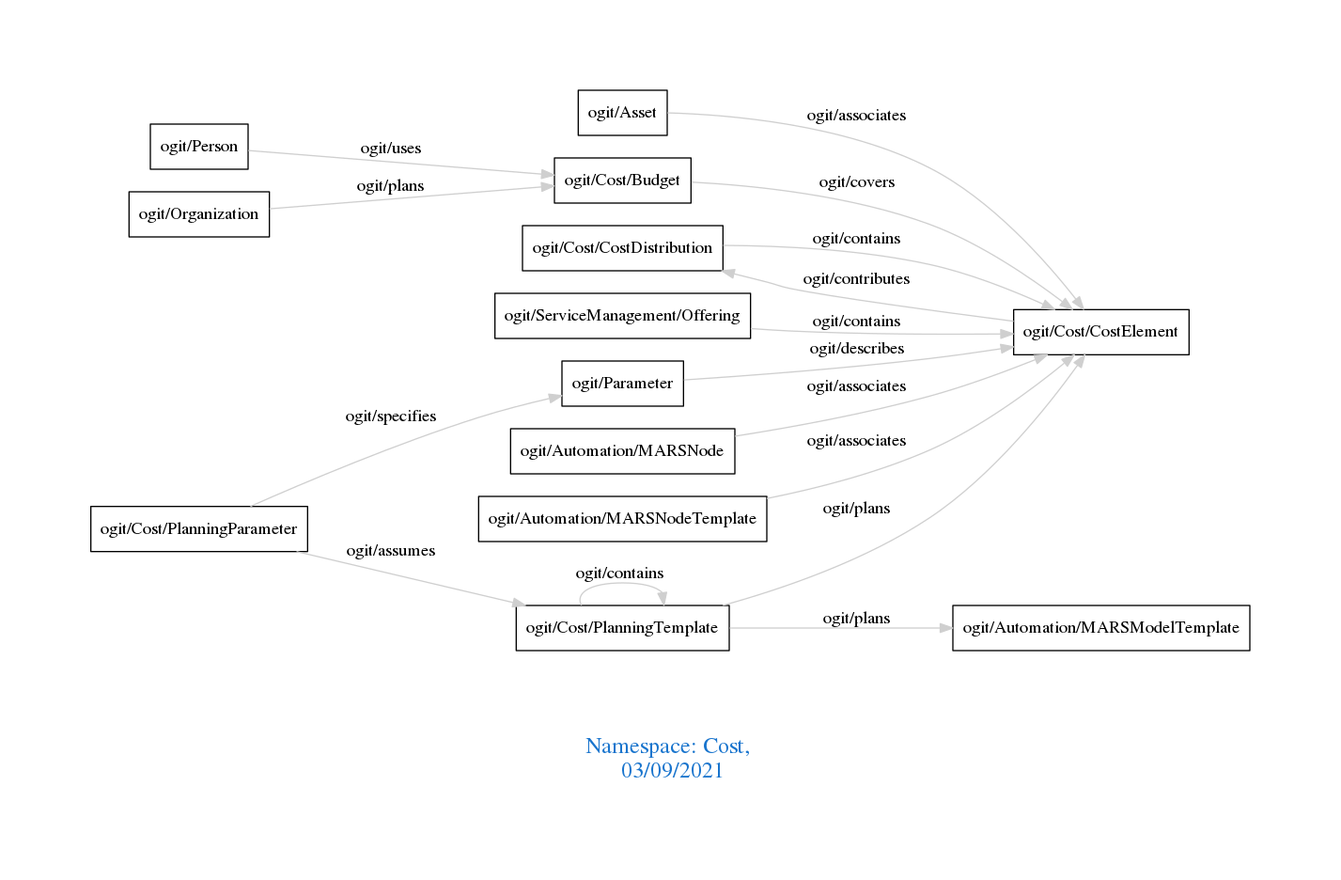
arago/OGIT keeps this Graphviz diagram as downloads/Cost.png. Above is the earlier version. Its source is kept beside it as downloads/Cost.dot.
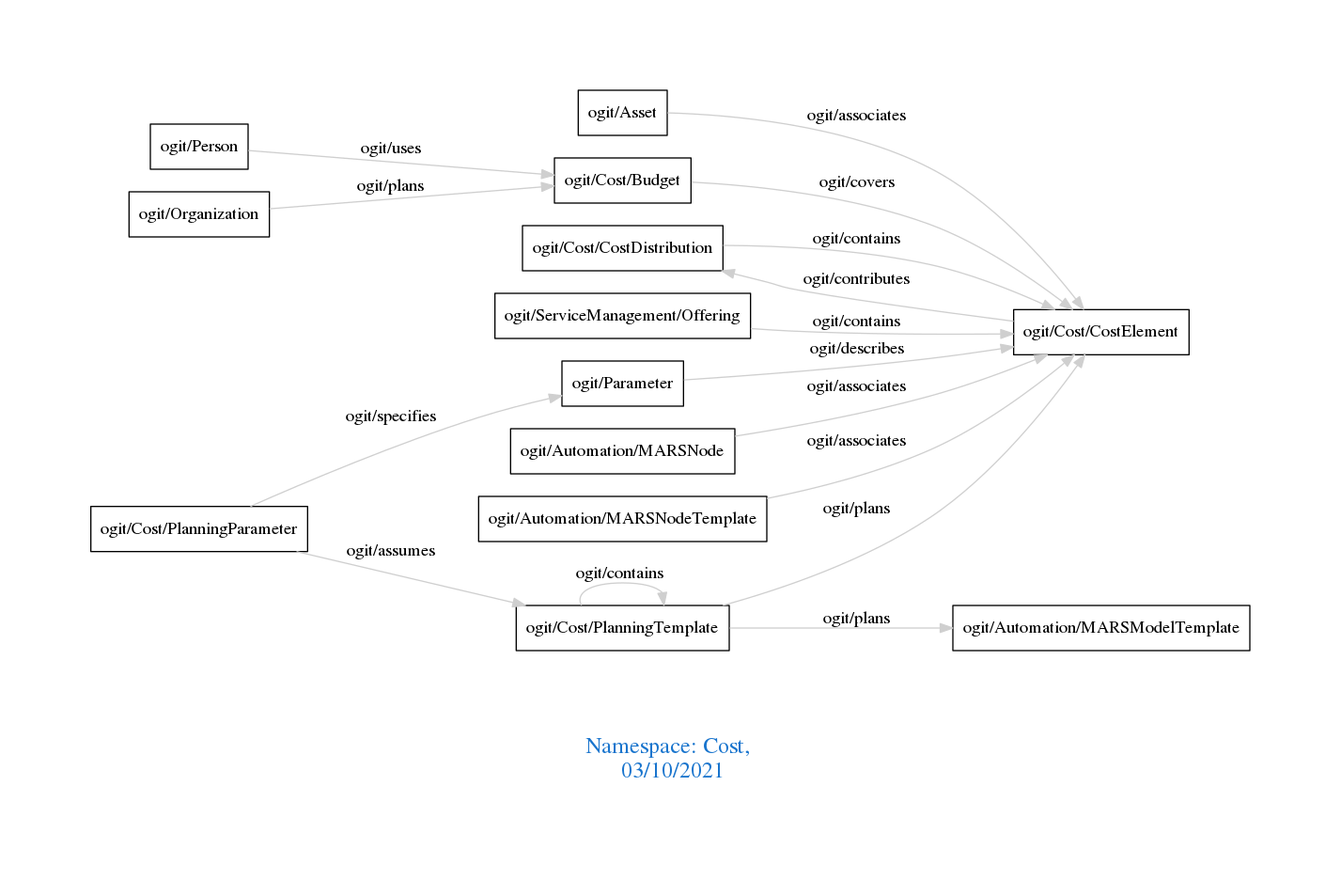
The same file after the commit.

Diff of the diagram source:
```diff
@@ -1,7 +1,7 @@
 digraph OGIT_ontology {
  graph [ rankdir= LR,pad=1
 fontsize = 18,
-fontcolor= dodgerblue3,label = "\n\n\nNamespace: Cost, \n 03/09/2021"];
+fontcolor= dodgerblue3,label = "\n\n\nNamespace: Cost, \n 03/10/2021"];
 node[shape=polygon];
 edge [  color="gray81"];
 
```
